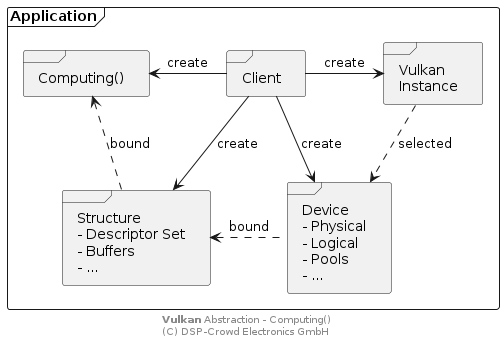
The PlantUML diagram doc/system/vulkan/vulkan-abstraction.png in NoOrientationProgramming/NopExamples, before a commit. Source of this version:
```plantuml
@startuml


frame "Application" as pApp {

  frame "Client" as pClient

  frame "Vulkan\nInstance" as pInst
  frame "Device\n- Physical\n- Logical\n- Pools\n- ..." as pDev
  frame "Structure\n- Descriptor Set\n- Buffers\n- ..." as pStruct
  frame "Computing()" as pComp

  pClient -> pInst : create
  pClient -> pDev : create
  pClient --> pStruct : create
  pComp <- pClient : create

  pInst ..> pDev : selected
  pStruct <. pDev : bound
  pComp <.. pStruct : bound
}

footer **Vulkan** Abstraction - Computing()\n(C) DSP-Crowd Electronics GmbH

@enduml
```
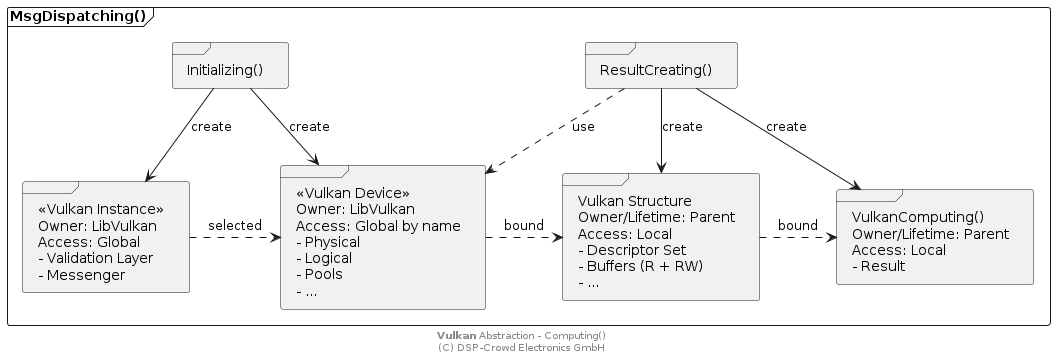
The same diagram one commit later.

Diff of the diagram source:
```diff
@@ -1,23 +1,26 @@
 @startuml
 
 
-frame "Application" as pApp {
+frame "MsgDispatching()" as pMsg {
 
-  frame "Client" as pClient
+  frame "Initializing()" as pInit
+  frame "ResultCreating()" as pParent
 
-  frame "Vulkan\nInstance" as pInst
-  frame "Device\n- Physical\n- Logical\n- Pools\n- ..." as pDev
-  frame "Structure\n- Descriptor Set\n- Buffers\n- ..." as pStruct
-  frame "Computing()" as pComp
+  frame "<< Vulkan Instance >>\nOwner: LibVulkan\nAccess: Global\n- Validation Layer\n- Messenger" as pInst
+  frame "<< Vulkan Device >>\nOwner: LibVulkan\nAccess: Global by name\n- Physical\n- Logical\n- Pools\n- ..." as pDev
+  frame "Vulkan Structure\nOwner/Lifetime: Parent\nAccess: Local\n- Descriptor Set\n- Buffers (R + RW)\n- ..." as pStruct
+  frame "VulkanComputing()\nOwner/Lifetime: Parent\nAccess: Local\n- Result" as pComp
 
-  pClient -> pInst : create
-  pClient -> pDev : create
-  pClient --> pStruct : create
-  pComp <- pClient : create
+  pInit --> pInst : create
+  pInit --> pDev : create
 
-  pInst ..> pDev : selected
-  pStruct <. pDev : bound
-  pComp <.. pStruct : bound
+  pParent --> pStruct : create
+  pParent --> pComp : create
+  pParent ..> pDev : use
+
+  pInst .> pDev : selected
+  pDev .> pStruct : bound
+  pStruct .> pComp : bound
 }
 
 footer **Vulkan** Abstraction - Computing()\n(C) DSP-Crowd Electronics GmbH
```
